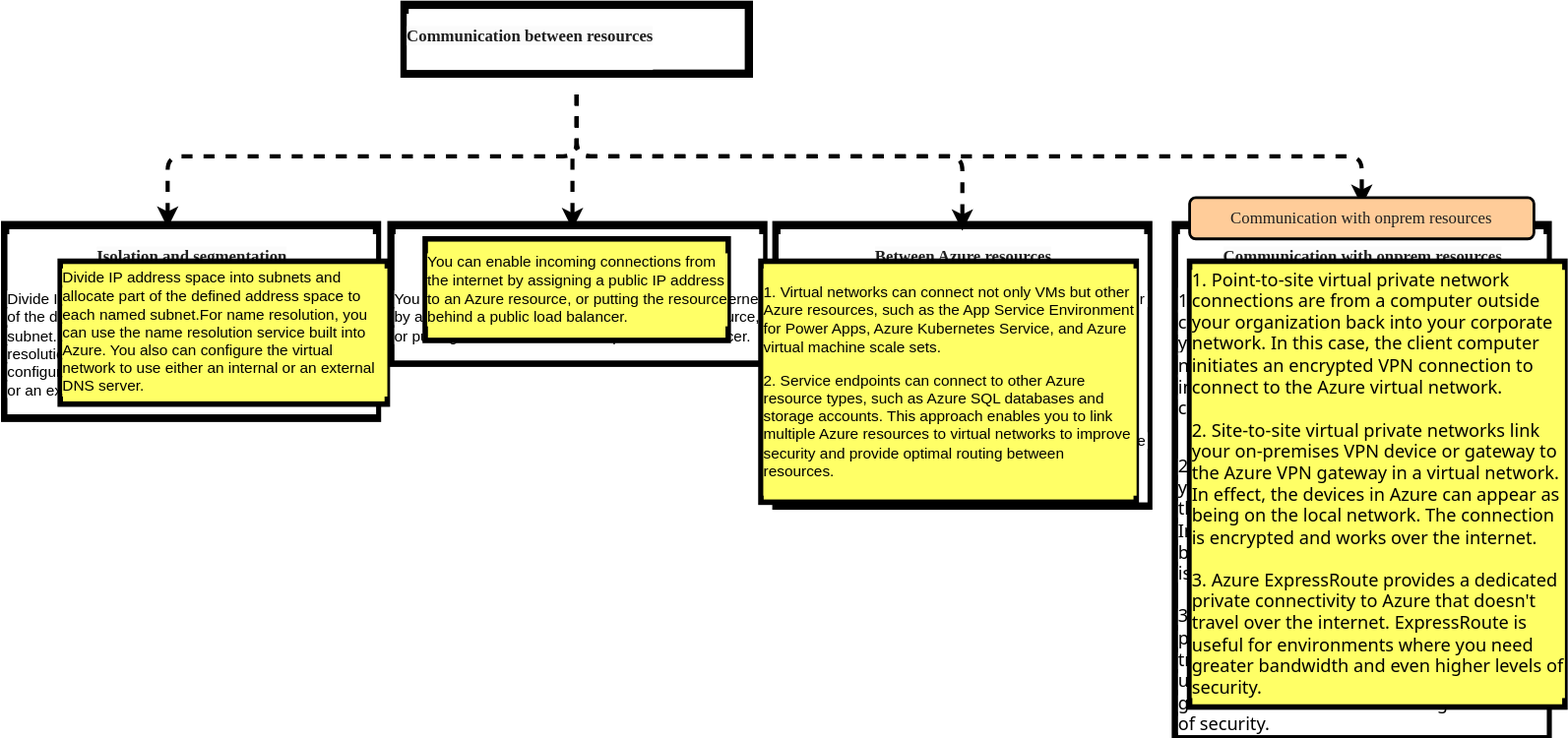
This is azure/fundamentals/Azure.communications.drawio.svg from sunnybharne/draw.io, a draw.io export, as it was before one commit. Source tidied: cells renumbered, new cells last; positions are measured from the earlier drawing's top-left corner, leaving out a move shared by most shapes.
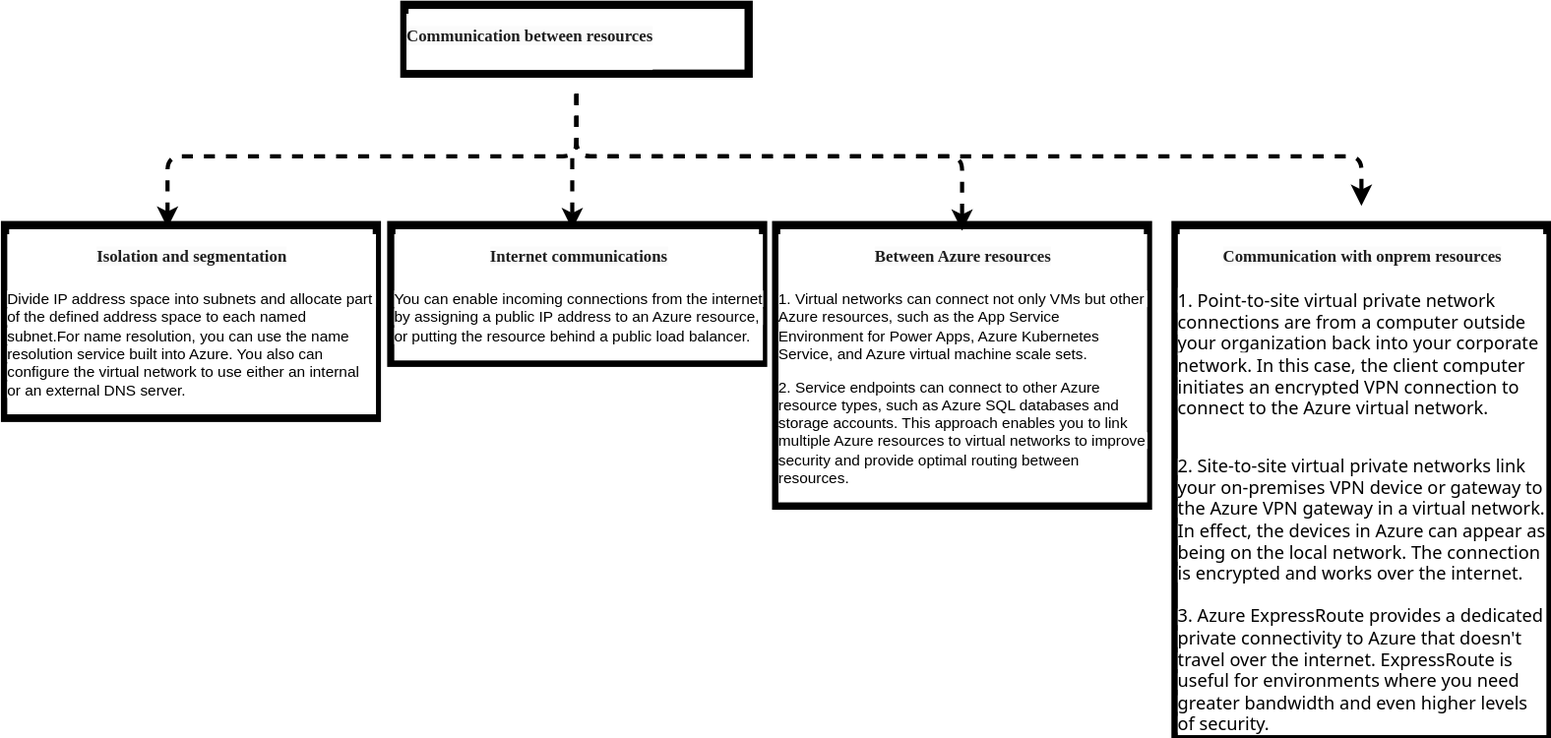
Later version of the same file.

Change to the diagram source:
```diff
@@ -50,28 +50,5 @@
         </Array>
       </mxGeometry>
     </mxCell>
-    <mxCell id="12" style="edgeStyle=orthogonalEdgeStyle;shape=connector;curved=0;rounded=1;jettySize=auto;html=1;strokeColor=default;strokeWidth=3;align=center;verticalAlign=middle;fontFamily=Helvetica;fontSize=11;fontColor=default;labelBackgroundColor=default;endArrow=classic;" parent="1" edge="1" target="16">
-      <mxGeometry relative="1" as="geometry">
-        <Array as="points">
-          <mxPoint x="416" y="90" />
-          <mxPoint x="980" y="90" />
-        </Array>
-      </mxGeometry>
-    </mxCell>
-    <mxCell id="13" value="&lt;span style=&quot;caret-color: rgb(0, 0, 0); color: rgb(0, 0, 0); font-family: Helvetica; font-size: 11px; font-style: normal; font-variant-caps: normal; font-weight: 400; letter-spacing: normal; orphans: auto; text-align: left; text-indent: 0px; text-transform: none; white-space: pre-wrap; widows: auto; word-spacing: 0px; -webkit-text-stroke-width: 0px; text-decoration: none;&quot;&gt;You can enable incoming &lt;/span&gt;&lt;span style=&quot;caret-color: rgb(0, 0, 0); color: rgb(0, 0, 0); font-family: Helvetica; font-size: 11px; font-style: normal; font-variant-caps: normal; font-weight: 400; letter-spacing: normal; orphans: auto; text-align: left; text-indent: 0px; text-transform: none; white-space: pre-wrap; widows: auto; word-spacing: 0px; -webkit-text-stroke-width: 0px; text-decoration: none;&quot;&gt;connections from the internet by &lt;/span&gt;&lt;span style=&quot;caret-color: rgb(0, 0, 0); color: rgb(0, 0, 0); font-family: Helvetica; font-size: 11px; font-style: normal; font-variant-caps: normal; font-weight: 400; letter-spacing: normal; orphans: auto; text-align: left; text-indent: 0px; text-transform: none; white-space: pre-wrap; widows: auto; word-spacing: 0px; -webkit-text-stroke-width: 0px; text-decoration: none;&quot;&gt;assigning a public IP address to &lt;/span&gt;&lt;span style=&quot;caret-color: rgb(0, 0, 0); color: rgb(0, 0, 0); font-family: Helvetica; font-size: 11px; font-style: normal; font-variant-caps: normal; font-weight: 400; letter-spacing: normal; orphans: auto; text-align: left; text-indent: 0px; text-transform: none; white-space: pre-wrap; widows: auto; word-spacing: 0px; -webkit-text-stroke-width: 0px; text-decoration: none;&quot;&gt;an Azure resource, or putting &lt;/span&gt;&lt;span style=&quot;caret-color: rgb(0, 0, 0); color: rgb(0, 0, 0); font-family: Helvetica; font-size: 11px; font-style: normal; font-variant-caps: normal; font-weight: 400; letter-spacing: normal; orphans: auto; text-align: left; text-indent: 0px; text-transform: none; white-space: pre-wrap; widows: auto; word-spacing: 0px; -webkit-text-stroke-width: 0px; text-decoration: none;&quot;&gt;the resource behind a public &lt;/span&gt;&lt;span style=&quot;caret-color: rgb(0, 0, 0); color: rgb(0, 0, 0); font-family: Helvetica; font-size: 11px; font-style: normal; font-variant-caps: normal; font-weight: 400; letter-spacing: normal; orphans: auto; text-align: left; text-indent: 0px; text-transform: none; white-space: pre-wrap; widows: auto; word-spacing: 0px; -webkit-text-stroke-width: 0px; text-decoration: none;&quot;&gt;load balancer.&lt;/span&gt;" style="rounded=0;whiteSpace=wrap;html=1;glass=0;strokeColor=#000000;strokeWidth=4;align=left;verticalAlign=middle;fontFamily=Helvetica;fontSize=11;fontColor=default;labelBackgroundColor=#FFFF66;fillColor=#FFFF66;" parent="1" vertex="1">
-      <mxGeometry x="305" y="170" width="220" height="73.8" as="geometry" />
-    </mxCell>
-    <mxCell id="14" value="&lt;p dir=&quot;ltr&quot;&gt;&lt;span style=&quot;text-wrap-mode: wrap;&quot;&gt;1.&amp;nbsp;&lt;/span&gt;&lt;span style=&quot;white-space: pre-wrap;&quot;&gt;Virtual networks can connect not only VMs but other Azure &lt;/span&gt;&lt;span style=&quot;white-space: pre-wrap;&quot;&gt;resources, such as the App Service Environment for Power &lt;/span&gt;&lt;span style=&quot;white-space: pre-wrap;&quot;&gt;Apps, Azure Kubernetes Service, and Azure virtual machine &lt;/span&gt;&lt;span style=&quot;white-space: pre-wrap;&quot;&gt;scale sets.&lt;/span&gt;&lt;br&gt;&lt;/p&gt;&lt;p dir=&quot;ltr&quot;&gt;&lt;span style=&quot;white-space: pre-wrap;&quot;&gt;2. Service endpoints can connect to other Azure resource &lt;/span&gt;&lt;span style=&quot;white-space: pre-wrap;&quot;&gt;types, such as Azure SQL databases and storage accounts. &lt;/span&gt;&lt;span style=&quot;white-space: pre-wrap;&quot;&gt;This approach enables you to link multiple Azure resources &lt;/span&gt;&lt;span style=&quot;white-space: pre-wrap;&quot;&gt;to virtual networks to improve security and provide optimal &lt;/span&gt;&lt;span style=&quot;white-space: pre-wrap;&quot;&gt;routing between resources.&lt;/span&gt;&lt;/p&gt;" style="rounded=0;whiteSpace=wrap;html=1;glass=0;strokeColor=#000000;strokeWidth=4;align=left;verticalAlign=middle;fontFamily=Helvetica;fontSize=11;fontColor=default;labelBackgroundColor=#FFFF66;fillColor=#FFFF66;" parent="1" vertex="1">
-      <mxGeometry x="548.8" y="186.2" width="272.5" height="175" as="geometry" />
-    </mxCell>
-    <mxCell id="15" value="&lt;span style=&quot;white-space: pre-wrap; background-color: rgb(255, 255, 102);&quot;&gt;Divide IP address space into &lt;/span&gt;&lt;span style=&quot;white-space: pre-wrap; background-color: rgb(255, 255, 102);&quot;&gt;subnets and allocate part of the defined &lt;/span&gt;&lt;span style=&quot;white-space: pre-wrap; background-color: rgb(255, 255, 102);&quot;&gt;address space to each named subnet.For &lt;/span&gt;&lt;span style=&quot;white-space: pre-wrap; background-color: rgb(255, 255, 102);&quot;&gt;name resolution, you can use the name &lt;/span&gt;&lt;span style=&quot;white-space: pre-wrap; background-color: rgb(255, 255, 102);&quot;&gt;resolution service built into Azure. You also &lt;/span&gt;&lt;span style=&quot;white-space: pre-wrap; background-color: rgb(255, 255, 102);&quot;&gt;can configure the virtual network to use &lt;/span&gt;&lt;span style=&quot;white-space: pre-wrap; background-color: rgb(255, 255, 102);&quot;&gt;either an internal or an external DNS server.&lt;/span&gt;" style="rounded=0;whiteSpace=wrap;html=1;glass=0;strokeWidth=4;align=left;verticalAlign=middle;fontFamily=Helvetica;fontSize=11;labelBackgroundColor=#FFFF66;fillColor=#FFFF66;strokeColor=#000000;fontColor=default;" parent="1" vertex="1">
-      <mxGeometry x="40" y="186.2" width="237.5" height="103.8" as="geometry" />
-    </mxCell>
-    <mxCell id="16" value="&lt;span style=&quot;text-align: start; white-space: pre-wrap; color: rgb(31, 31, 31);&quot;&gt;Communication with onprem resources&lt;/span&gt;" style="rounded=1;whiteSpace=wrap;html=1;align=center;fillColor=#FFCC99;strokeColor=#000000;strokeWidth=2;fontFamily=Verdana;glass=0;labelBorderColor=none;labelBackgroundColor=none;" parent="1" vertex="1">
-      <mxGeometry x="860" y="140" width="250" height="30" as="geometry" />
-    </mxCell>
-    <mxCell id="17" value="&lt;span style=&quot;caret-color: rgb(230, 230, 230); font-family: &amp;quot;Segoe UI&amp;quot;, SegoeUI, &amp;quot;Helvetica Neue&amp;quot;, Helvetica, Arial, sans-serif; font-size: 13px;&quot;&gt;1. Point-to-site virtual private network connections are from a computer outside your organization back into your corporate network. In this case, the client computer initiates an encrypted VPN connection to connect to the Azure virtual network.&lt;/span&gt;&lt;div&gt;&lt;font size=&quot;2&quot; face=&quot;Segoe UI, SegoeUI, Helvetica Neue, Helvetica, Arial, sans-serif&quot;&gt;&lt;span style=&quot;caret-color: rgb(230, 230, 230);&quot;&gt;&lt;br&gt;&lt;/span&gt;&lt;/font&gt;&lt;span style=&quot;caret-color: rgb(230, 230, 230); font-family: &amp;quot;Segoe UI&amp;quot;, SegoeUI, &amp;quot;Helvetica Neue&amp;quot;, Helvetica, Arial, sans-serif; font-size: 13px;&quot;&gt;2. Site-to-site virtual private networks link your on-premises VPN device or gateway to the Azure VPN gateway in a virtual network. In effect, the devices in Azure can appear as being on the local network. The connection is encrypted and works over the internet.&lt;/span&gt;&lt;/div&gt;&lt;div&gt;&lt;font size=&quot;2&quot; face=&quot;Segoe UI, SegoeUI, Helvetica Neue, Helvetica, Arial, sans-serif&quot;&gt;&lt;span style=&quot;caret-color: rgb(230, 230, 230);&quot;&gt;&lt;br&gt;&lt;/span&gt;&lt;/font&gt;&lt;span style=&quot;caret-color: rgb(230, 230, 230); font-family: &amp;quot;Segoe UI&amp;quot;, SegoeUI, &amp;quot;Helvetica Neue&amp;quot;, Helvetica, Arial, sans-serif; font-size: 13px;&quot;&gt;3. Azure ExpressRoute provides a dedicated private connectivity to Azure that doesn't travel over the internet. ExpressRoute is useful for environments where you need greater bandwidth and even higher levels of security.&lt;/span&gt;&lt;br&gt;&lt;/div&gt;" style="rounded=0;whiteSpace=wrap;html=1;glass=0;strokeColor=#000000;strokeWidth=4;align=left;verticalAlign=middle;fontFamily=Helvetica;fontSize=11;fontColor=default;labelBackgroundColor=#FFFF66;fillColor=#FFFF66;" parent="1" vertex="1">
-      <mxGeometry x="860" y="186.2" width="272.5" height="323.8" as="geometry" />
-    </mxCell>
   </root>
 </mxGraphModel>
```
